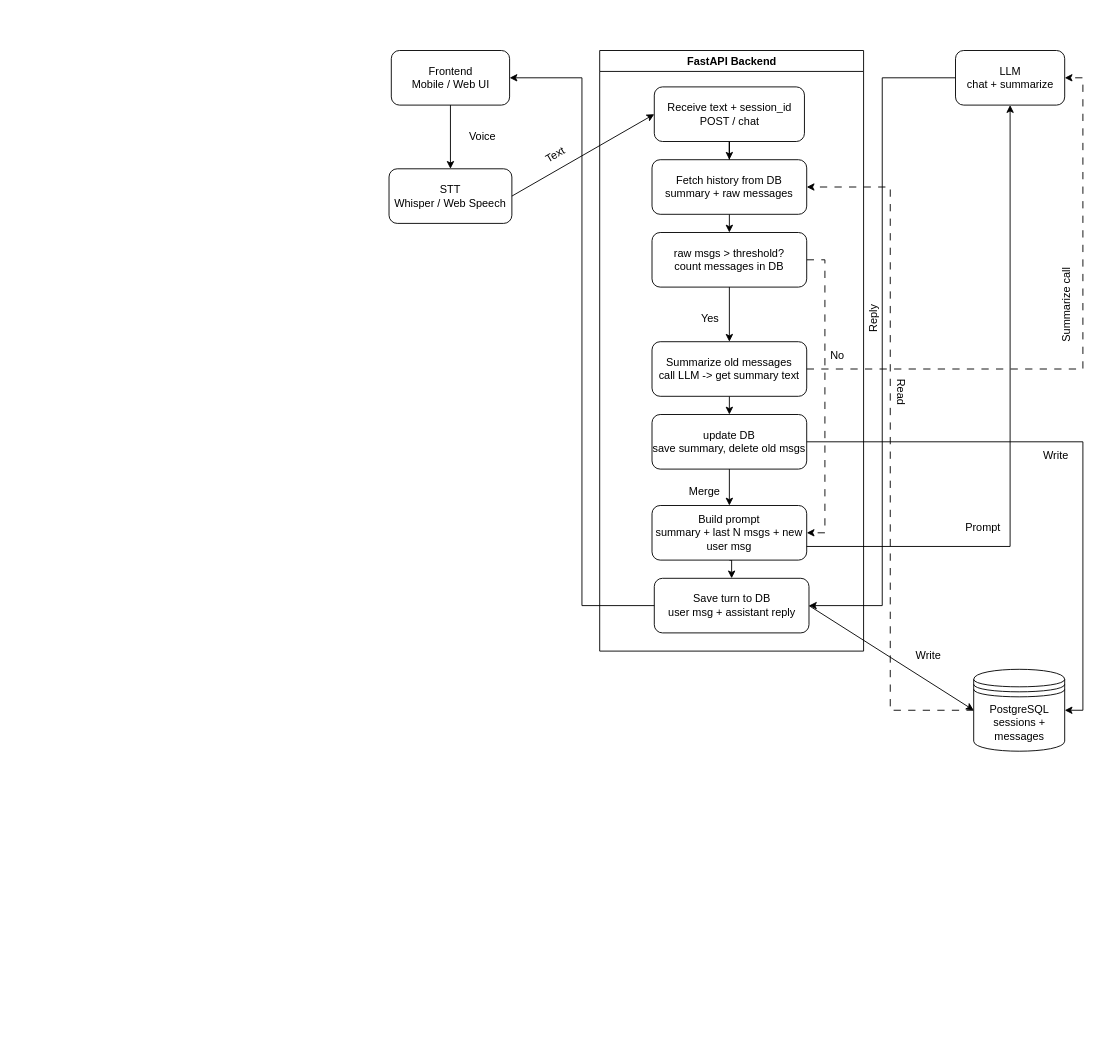
Earlier version of the draw.io diagram Soubhanik/System Architecure_Basic Voice to Chat with LLM.drawio (anodiamadmin/RedDust). Source tidied: cells renumbered, new cells numbered last; positions are measured from the earlier drawing's top-left corner, leaving out a move shared by most shapes. Both pictures are drawn from the tidied source at 91%, with x=0, y=0 at pixel (389, 50).
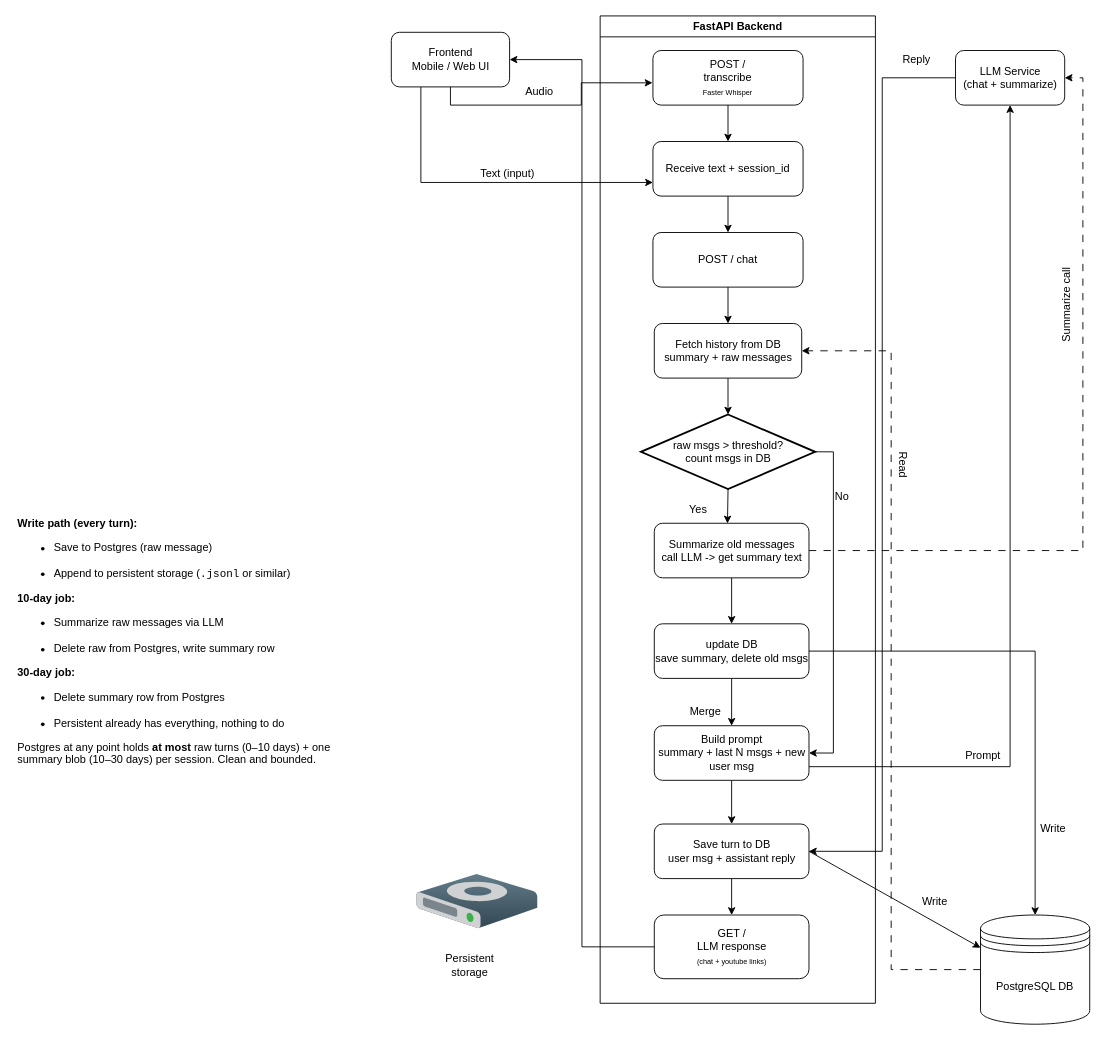
The same page after the edit.

What changed in the source:
```diff
@@
     <mxCell id="2" value="FastAPI Backend" style="swimlane;whiteSpace=wrap;html=1;" parent="1" vertex="1">
-      <mxGeometry x="231.5" width="290" height="660" as="geometry" />
+      <mxGeometry x="232" y="-38" width="302.5" height="1085" as="geometry" />
     </mxCell>
-    <mxCell id="3" style="edgeStyle=orthogonalEdgeStyle;rounded=0;jettySize=auto;html=1;entryX=0.5;entryY=0;entryDx=0;entryDy=0;" parent="2" edge="1" source="4" target="6">
-      <mxGeometry relative="1" as="geometry" />
-    </mxCell>
+    <mxCell id="41" style="edgeStyle=orthogonalEdgeStyle;rounded=0;jettySize=auto;html=1;exitX=0.5;exitY=1;exitDx=0;exitDy=0;entryX=0.5;entryY=0;entryDx=0;entryDy=0;" parent="2" edge="1" source="4" target="46">
+      <mxGeometry relative="1" as="geometry" />
+    </mxCell>
-    <mxCell id="4" value="Receive text + session_id&lt;br&gt;POST / chat" style="rounded=1;whiteSpace=wrap;html=1;" parent="2" vertex="1">
-      <mxGeometry x="60" y="40" width="165" height="60" as="geometry" />
+    <mxCell id="4" value="Receive text + session_id" style="rounded=1;whiteSpace=wrap;html=1;" parent="2" vertex="1">
+      <mxGeometry x="58" y="138" width="165" height="60" as="geometry" />
     </mxCell>
-    <mxCell id="5" style="edgeStyle=orthogonalEdgeStyle;rounded=0;jettySize=auto;html=1;exitX=0.5;exitY=1;exitDx=0;exitDy=0;entryX=0.5;entryY=0;entryDx=0;entryDy=0;" parent="2" edge="1" source="6" target="9">
-      <mxGeometry relative="1" as="geometry" />
-    </mxCell>
     <mxCell id="6" value="Fetch history from DB&lt;br&gt;summary + raw messages" style="rounded=1;whiteSpace=wrap;html=1;" parent="2" vertex="1">
-      <mxGeometry x="57.5" y="120" width="170" height="60" as="geometry" />
+      <mxGeometry x="59.5" y="338" width="162" height="60" as="geometry" />
     </mxCell>
-    <mxCell id="7" style="edgeStyle=orthogonalEdgeStyle;rounded=0;jettySize=auto;html=1;exitX=0.5;exitY=1;exitDx=0;exitDy=0;entryX=0.5;entryY=0;entryDx=0;entryDy=0;" parent="2" edge="1" source="9" target="11">
-      <mxGeometry relative="1" as="geometry" />
-    </mxCell>
-    <mxCell id="8" style="edgeStyle=orthogonalEdgeStyle;rounded=0;jettySize=auto;html=1;exitX=1;exitY=0.5;exitDx=0;exitDy=0;entryX=1;entryY=0.5;entryDx=0;entryDy=0;dashed=1;dashPattern=8 8;" parent="2" edge="1" source="9" target="15">
-      <mxGeometry relative="1" as="geometry" />
-    </mxCell>
-    <mxCell id="9" value="raw msgs &amp;gt; threshold?&lt;br&gt;count messages in DB" style="rounded=1;whiteSpace=wrap;html=1;" parent="2" vertex="1">
-      <mxGeometry x="57.5" y="200" width="170" height="60" as="geometry" />
-    </mxCell>
@@
     <mxCell id="11" value="Summarize old messages&lt;br&gt;call LLM -&amp;gt; get summary text" style="rounded=1;whiteSpace=wrap;html=1;" parent="2" vertex="1">
-      <mxGeometry x="57.5" y="320" width="170" height="60" as="geometry" />
+      <mxGeometry x="59.5" y="557.5" width="170" height="60" as="geometry" />
     </mxCell>
@@
     <mxCell id="13" value="update DB&lt;br&gt;save summary, delete old msgs" style="rounded=1;whiteSpace=wrap;html=1;" parent="2" vertex="1">
-      <mxGeometry x="57.5" y="400" width="170" height="60" as="geometry" />
+      <mxGeometry x="59.5" y="668" width="170" height="60" as="geometry" />
     </mxCell>
@@
     <mxCell id="15" value="Build prompt&lt;br&gt;summary + last N msgs + new user msg" style="rounded=1;whiteSpace=wrap;html=1;" parent="2" vertex="1">
-      <mxGeometry x="57.5" y="500" width="170" height="60" as="geometry" />
+      <mxGeometry x="59.5" y="780" width="170" height="60" as="geometry" />
     </mxCell>
+    <mxCell id="42" style="edgeStyle=orthogonalEdgeStyle;rounded=0;jettySize=auto;html=1;exitX=0.5;exitY=1;exitDx=0;exitDy=0;entryX=0.5;entryY=0;entryDx=0;entryDy=0;" parent="2" edge="1" source="16" target="47">
+      <mxGeometry relative="1" as="geometry" />
+    </mxCell>
     <mxCell id="16" value="Save turn to DB&lt;br&gt;user msg + assistant reply" style="rounded=1;whiteSpace=wrap;html=1;" parent="2" vertex="1">
-      <mxGeometry x="60" y="580" width="170" height="60" as="geometry" />
+      <mxGeometry x="59.5" y="888" width="170" height="60" as="geometry" />
     </mxCell>
     <mxCell id="17" value="Merge" style="text;html=1;whiteSpace=wrap;strokeColor=none;fillColor=none;align=center;verticalAlign=middle;rounded=0;" parent="2" vertex="1">
-      <mxGeometry x="85" y="470" width="60" height="30" as="geometry" />
+      <mxGeometry x="85.5" y="750" width="60" height="30" as="geometry" />
     </mxCell>
-    <mxCell id="18" style="edgeStyle=orthogonalEdgeStyle;rounded=0;jettySize=auto;html=1;exitX=0.5;exitY=1;exitDx=0;exitDy=0;entryX=0.5;entryY=0;entryDx=0;entryDy=0;" parent="1" edge="1" source="19" target="20">
-      <mxGeometry relative="1" as="geometry" />
-    </mxCell>
+    <mxCell id="24" value="Yes" style="text;html=1;whiteSpace=wrap;strokeColor=none;fillColor=none;align=center;verticalAlign=middle;rounded=0;" parent="2" vertex="1">
+      <mxGeometry x="78" y="527.5" width="60" height="30" as="geometry" />
+    </mxCell>
+    <mxCell id="34" value="No" style="text;html=1;whiteSpace=wrap;strokeColor=none;fillColor=none;align=center;verticalAlign=middle;rounded=0;" parent="2" vertex="1">
+      <mxGeometry x="236.2" y="513" width="60" height="30" as="geometry" />
+    </mxCell>
+    <mxCell id="43" style="edgeStyle=orthogonalEdgeStyle;rounded=0;jettySize=auto;html=1;exitX=0.5;exitY=1;exitDx=0;exitDy=0;entryX=0.5;entryY=0;entryDx=0;entryDy=0;" parent="2" edge="1" source="44" target="4">
+      <mxGeometry relative="1" as="geometry" />
+    </mxCell>
+    <mxCell id="44" value="POST /&lt;br&gt;transcribe&lt;br&gt;&lt;font style=&quot;font-size: 8px;&quot;&gt;Faster Whisper&lt;/font&gt;" style="rounded=1;whiteSpace=wrap;html=1;" parent="2" vertex="1">
+      <mxGeometry x="58" y="38" width="165" height="60" as="geometry" />
+    </mxCell>
+    <mxCell id="45" style="edgeStyle=orthogonalEdgeStyle;rounded=0;jettySize=auto;html=1;exitX=0.5;exitY=1;exitDx=0;exitDy=0;entryX=0.5;entryY=0;entryDx=0;entryDy=0;" parent="2" edge="1" source="46" target="6">
+      <mxGeometry relative="1" as="geometry" />
+    </mxCell>
+    <mxCell id="46" value="POST / chat" style="rounded=1;whiteSpace=wrap;html=1;" parent="2" vertex="1">
+      <mxGeometry x="58" y="238" width="165" height="60" as="geometry" />
+    </mxCell>
+    <mxCell id="47" value="GET /&lt;br&gt;LLM response&lt;br&gt;&lt;font style=&quot;font-size: 8px;&quot;&gt;(chat + youtube links)&lt;/font&gt;" style="rounded=1;whiteSpace=wrap;html=1;" parent="2" vertex="1">
+      <mxGeometry x="59.5" y="988" width="170" height="70" as="geometry" />
+    </mxCell>
+    <mxCell id="48" style="edgeStyle=orthogonalEdgeStyle;rounded=0;jettySize=auto;html=1;exitX=1;exitY=0.5;exitDx=0;exitDy=0;exitPerimeter=0;entryX=1;entryY=0.5;entryDx=0;entryDy=0;" parent="2" edge="1" source="49" target="15">
+      <mxGeometry relative="1" as="geometry" />
+    </mxCell>
+    <mxCell id="49" value="raw msgs &amp;gt; threshold?&lt;br&gt;count msgs in DB" style="strokeWidth=2;html=1;shape=mxgraph.flowchart.decision;whiteSpace=wrap;" parent="2" vertex="1">
+      <mxGeometry x="44.8" y="438" width="191.5" height="82" as="geometry" />
+    </mxCell>
+    <mxCell id="50" style="edgeStyle=orthogonalEdgeStyle;rounded=0;jettySize=auto;html=1;exitX=0.5;exitY=1;exitDx=0;exitDy=0;entryX=0.5;entryY=0;entryDx=0;entryDy=0;entryPerimeter=0;" parent="2" edge="1" source="6" target="49">
+      <mxGeometry relative="1" as="geometry" />
+    </mxCell>
+    <mxCell id="51" style="edgeStyle=orthogonalEdgeStyle;rounded=0;jettySize=auto;html=1;exitX=0.5;exitY=1;exitDx=0;exitDy=0;exitPerimeter=0;entryX=0.473;entryY=0.003;entryDx=0;entryDy=0;entryPerimeter=0;" parent="2" edge="1" source="49" target="11">
+      <mxGeometry relative="1" as="geometry" />
+    </mxCell>
+    <mxCell id="52" style="edgeStyle=orthogonalEdgeStyle;rounded=0;jettySize=auto;html=1;exitX=0.25;exitY=1;exitDx=0;exitDy=0;entryX=0;entryY=0.75;entryDx=0;entryDy=0;" parent="1" edge="1" source="19" target="4">
+      <mxGeometry relative="1" as="geometry" />
+    </mxCell>
     <mxCell id="19" value="Frontend&lt;br&gt;Mobile / Web UI" style="rounded=1;whiteSpace=wrap;html=1;" parent="1" vertex="1">
-      <mxGeometry x="2.5" width="130" height="60" as="geometry" />
+      <mxGeometry x="2.5" y="-20" width="130" height="60" as="geometry" />
     </mxCell>
-    <mxCell id="20" value="STT&lt;br&gt;Whisper / Web Speech" style="rounded=1;whiteSpace=wrap;html=1;" parent="1" vertex="1">
-      <mxGeometry y="130" width="135" height="60" as="geometry" />
-    </mxCell>
-    <mxCell id="21" style="endArrow=classic;html=1;rounded=0;entryX=0;entryY=0.5;entryDx=0;entryDy=0;exitX=1;exitY=0.5;exitDx=0;exitDy=0;" parent="1" edge="1" source="20" target="4">
-      <mxGeometry relative="1" as="geometry" />
-    </mxCell>
-    <mxCell id="22" value="Text" style="text;html=1;whiteSpace=wrap;strokeColor=none;fillColor=none;align=center;verticalAlign=middle;rounded=0;rotation=-30;" parent="1" vertex="1">
-      <mxGeometry x="152.5" y="100" width="60" height="30" as="geometry" />
-    </mxCell>
-    <mxCell id="23" value="Voice" style="text;html=1;whiteSpace=wrap;strokeColor=none;fillColor=none;align=center;verticalAlign=middle;rounded=0;" parent="1" vertex="1">
-      <mxGeometry x="72.5" y="80" width="60" height="30" as="geometry" />
+    <mxCell id="23" value="Audio" style="text;html=1;whiteSpace=wrap;strokeColor=none;fillColor=none;align=center;verticalAlign=middle;rounded=0;" parent="1" vertex="1">
+      <mxGeometry x="133.5" y="30" width="62.9" height="30" as="geometry" />
     </mxCell>
-    <mxCell id="24" value="Yes" style="text;html=1;whiteSpace=wrap;strokeColor=none;fillColor=none;align=center;verticalAlign=middle;rounded=0;" parent="1" vertex="1">
-      <mxGeometry x="322.5" y="280" width="60" height="30" as="geometry" />
-    </mxCell>
@@
-    <mxCell id="26" value="LLM&lt;br&gt;chat + summarize" style="rounded=1;whiteSpace=wrap;html=1;" parent="1" vertex="1">
+    <mxCell id="26" value="LLM Service&lt;br&gt;(chat + summarize)" style="rounded=1;whiteSpace=wrap;html=1;" parent="1" vertex="1">
       <mxGeometry x="622.5" width="120" height="60" as="geometry" />
     </mxCell>
     <mxCell id="27" value="Prompt" style="text;html=1;whiteSpace=wrap;strokeColor=none;fillColor=none;align=center;verticalAlign=middle;rounded=0;" parent="1" vertex="1">
-      <mxGeometry x="622.5" y="510" width="60" height="30" as="geometry" />
+      <mxGeometry x="622.5" y="760" width="60" height="30" as="geometry" />
     </mxCell>
-    <mxCell id="28" style="edgeStyle=orthogonalEdgeStyle;rounded=0;jettySize=auto;html=1;exitX=0;exitY=0.5;exitDx=0;exitDy=0;entryX=1;entryY=0.5;entryDx=0;entryDy=0;dashed=1;dashPattern=8 8;" parent="1" edge="1" source="29" target="6">
+    <mxCell id="28" style="edgeStyle=orthogonalEdgeStyle;rounded=0;jettySize=auto;html=1;exitX=0;exitY=0.5;exitDx=0;exitDy=0;entryX=1;entryY=0.5;entryDx=0;entryDy=0;dashed=1;dashPattern=8 8;" parent="1" edge="1" source="55" target="6">
       <mxGeometry relative="1" as="geometry" />
     </mxCell>
-    <mxCell id="29" value="PostgreSQL&lt;br&gt;sessions + messages" style="shape=datastore;whiteSpace=wrap;html=1;" parent="1" vertex="1">
-      <mxGeometry x="642.5" y="680" width="100" height="90" as="geometry" />
-    </mxCell>
-    <mxCell id="30" style="endArrow=classic;html=1;rounded=0;exitX=1;exitY=0.5;exitDx=0;exitDy=0;entryX=0;entryY=0.5;entryDx=0;entryDy=0;" parent="1" edge="1" source="16" target="29">
+    <mxCell id="30" style="endArrow=classic;html=1;rounded=0;exitX=1;exitY=0.5;exitDx=0;exitDy=0;entryX=0;entryY=0.3;entryDx=0;entryDy=0;" parent="1" edge="1" source="16" target="55">
       <mxGeometry relative="1" as="geometry" />
     </mxCell>
     <mxCell id="31" value="Write" style="text;html=1;whiteSpace=wrap;strokeColor=none;fillColor=none;align=center;verticalAlign=middle;rounded=0;rotation=0;" parent="1" vertex="1">
-      <mxGeometry x="562.5" y="650" width="60" height="30" as="geometry" />
+      <mxGeometry x="570" y="920" width="60" height="30" as="geometry" />
     </mxCell>
-    <mxCell id="32" value="Reply" style="text;html=1;whiteSpace=wrap;strokeColor=none;fillColor=none;align=center;verticalAlign=middle;rounded=0;rotation=270;" parent="1" vertex="1">
-      <mxGeometry x="502.5" y="280" width="60" height="30" as="geometry" />
+    <mxCell id="32" value="Reply" style="text;html=1;whiteSpace=wrap;strokeColor=none;fillColor=none;align=center;verticalAlign=middle;rounded=0;rotation=0;" parent="1" vertex="1">
+      <mxGeometry x="550" y="-5" width="60" height="30" as="geometry" />
     </mxCell>
     <mxCell id="33" value="Read" style="text;html=1;whiteSpace=wrap;strokeColor=none;fillColor=none;align=center;verticalAlign=middle;rounded=0;rotation=90;" parent="1" vertex="1">
-      <mxGeometry x="532.5" y="360" width="60" height="30" as="geometry" />
+      <mxGeometry x="534.5" y="440" width="60" height="30" as="geometry" />
     </mxCell>
-    <mxCell id="34" value="No" style="text;html=1;whiteSpace=wrap;strokeColor=none;fillColor=none;align=center;verticalAlign=middle;rounded=0;" parent="1" vertex="1">
-      <mxGeometry x="462.5" y="320" width="60" height="30" as="geometry" />
-    </mxCell>
-    <mxCell id="35" style="edgeStyle=orthogonalEdgeStyle;rounded=0;jettySize=auto;html=1;exitX=1;exitY=0.5;exitDx=0;exitDy=0;entryX=1;entryY=0.5;entryDx=0;entryDy=0;" parent="1" edge="1" source="13" target="29">
+    <mxCell id="35" style="edgeStyle=orthogonalEdgeStyle;rounded=0;jettySize=auto;html=1;exitX=1;exitY=0.5;exitDx=0;exitDy=0;entryX=0.5;entryY=0;entryDx=0;entryDy=0;" parent="1" edge="1" source="13" target="55">
       <mxGeometry relative="1" as="geometry" />
     </mxCell>
     <mxCell id="36" value="Write" style="text;html=1;whiteSpace=wrap;strokeColor=none;fillColor=none;align=center;verticalAlign=middle;rounded=0;" parent="1" vertex="1">
-      <mxGeometry x="702.5" y="430" width="60" height="30" as="geometry" />
+      <mxGeometry x="699.5" y="840" width="60" height="30" as="geometry" />
     </mxCell>
@@
-    <mxCell id="40" style="edgeStyle=orthogonalEdgeStyle;rounded=0;jettySize=auto;html=1;exitX=0;exitY=0.5;exitDx=0;exitDy=0;entryX=1;entryY=0.5;entryDx=0;entryDy=0;" parent="1" edge="1" source="16" target="19">
+    <mxCell id="40" style="edgeStyle=orthogonalEdgeStyle;rounded=0;jettySize=auto;html=1;entryX=1;entryY=0.5;entryDx=0;entryDy=0;exitX=0;exitY=0.5;exitDx=0;exitDy=0;" parent="1" edge="1" source="47" target="19">
       <mxGeometry relative="1" as="geometry" />
     </mxCell>
+    <mxCell id="53" style="edgeStyle=orthogonalEdgeStyle;rounded=0;jettySize=auto;html=1;exitX=0.5;exitY=1;exitDx=0;exitDy=0;entryX=-0.003;entryY=0.592;entryDx=0;entryDy=0;entryPerimeter=0;" parent="1" edge="1" source="19" target="44">
+      <mxGeometry relative="1" as="geometry" />
+    </mxCell>
+    <mxCell id="54" value="Text (input)" style="text;html=1;whiteSpace=wrap;strokeColor=none;fillColor=none;align=center;verticalAlign=middle;rounded=0;" parent="1" vertex="1">
+      <mxGeometry x="63.5" y="120" width="132.9" height="30" as="geometry" />
+    </mxCell>
+    <mxCell id="55" value="PostgreSQL DB" style="shape=datastore;whiteSpace=wrap;html=1;" parent="1" vertex="1">
+      <mxGeometry x="650" y="950" width="120" height="120" as="geometry" />
+    </mxCell>
+    <mxCell id="56" style="shadow=0;dashed=0;html=1;labelPosition=center;verticalLabelPosition=bottom;verticalAlign=top;align=center;shape=mxgraph.veeam.3d.hard_drive;fillColor=#637D8A;gradientColor=#324752;strokeColor=none;" parent="1" vertex="1">
+      <mxGeometry x="30" y="905" width="132.9" height="60" as="geometry" />
+    </mxCell>
+    <mxCell id="57" value="Persistent storage" style="text;html=1;whiteSpace=wrap;strokeColor=none;fillColor=none;align=center;verticalAlign=middle;rounded=0;" parent="1" vertex="1">
+      <mxGeometry x="59" y="990" width="60" height="30" as="geometry" />
+    </mxCell>
+    <mxCell id="58" value="&lt;p class=&quot;font-claude-response-body break-words whitespace-normal&quot;&gt;&lt;strong&gt;Write path (every turn):&lt;/strong&gt;&lt;/p&gt;&lt;ul class=&quot;[li_&amp;amp;]:mb-0 [li_&amp;amp;]:mt-1 [li_&amp;amp;]:gap-1 [&amp;amp;:not(:last-child)_ul]:pb-1 [&amp;amp;:not(:last-child)_ol]:pb-1 list-disc flex flex-col gap-1 pl-8 mb-3&quot;&gt;&lt;li class=&quot;font-claude-response-body whitespace-normal break-words pl-2&quot;&gt;Save to Postgres (raw message)&lt;/li&gt;&lt;br&gt;&lt;li class=&quot;font-claude-response-body whitespace-normal break-words pl-2&quot;&gt;Append to persistent storage (&lt;code class=&quot;bg-text-200/5 border border-0.5 border-border-300 text-danger-000 whitespace-pre-wrap rounded-[0.4rem] px-1 py-px text-[0.9rem]&quot;&gt;.jsonl&lt;/code&gt; or similar)&lt;/li&gt;&lt;/ul&gt;&lt;p class=&quot;font-claude-response-body break-words whitespace-normal&quot;&gt;&lt;strong&gt;10-day job:&lt;/strong&gt;&lt;/p&gt;&lt;ul class=&quot;[li_&amp;amp;]:mb-0 [li_&amp;amp;]:mt-1 [li_&amp;amp;]:gap-1 [&amp;amp;:not(:last-child)_ul]:pb-1 [&amp;amp;:not(:last-child)_ol]:pb-1 list-disc flex flex-col gap-1 pl-8 mb-3&quot;&gt;&lt;li class=&quot;font-claude-response-body whitespace-normal break-words pl-2&quot;&gt;Summarize raw messages via LLM&lt;/li&gt;&lt;br&gt;&lt;li class=&quot;font-claude-response-body whitespace-normal break-words pl-2&quot;&gt;Delete raw from Postgres, write summary row&lt;/li&gt;&lt;/ul&gt;&lt;p class=&quot;font-claude-response-body break-words whitespace-normal&quot;&gt;&lt;strong&gt;30-day job:&lt;/strong&gt;&lt;/p&gt;&lt;ul class=&quot;[li_&amp;amp;]:mb-0 [li_&amp;amp;]:mt-1 [li_&amp;amp;]:gap-1 [&amp;amp;:not(:last-child)_ul]:pb-1 [&amp;amp;:not(:last-child)_ol]:pb-1 list-disc flex flex-col gap-1 pl-8 mb-3&quot;&gt;&lt;li class=&quot;font-claude-response-body whitespace-normal break-words pl-2&quot;&gt;Delete summary row from Postgres&lt;/li&gt;&lt;br&gt;&lt;li class=&quot;font-claude-response-body whitespace-normal break-words pl-2&quot;&gt;Persistent already has everything, nothing to do&lt;/li&gt;&lt;/ul&gt;&lt;p class=&quot;font-claude-response-body break-words whitespace-normal&quot;&gt;Postgres at any point holds &lt;strong&gt;at most&lt;/strong&gt; raw turns (0–10 days) + one summary blob (10–30 days) per session. Clean and bounded.&lt;/p&gt;" style="text;html=1;whiteSpace=wrap;strokeColor=none;fillColor=none;align=left;verticalAlign=middle;rounded=0;" parent="1" vertex="1">
+      <mxGeometry x="-410" y="490" width="380" height="320" as="geometry" />
+    </mxCell>
```
